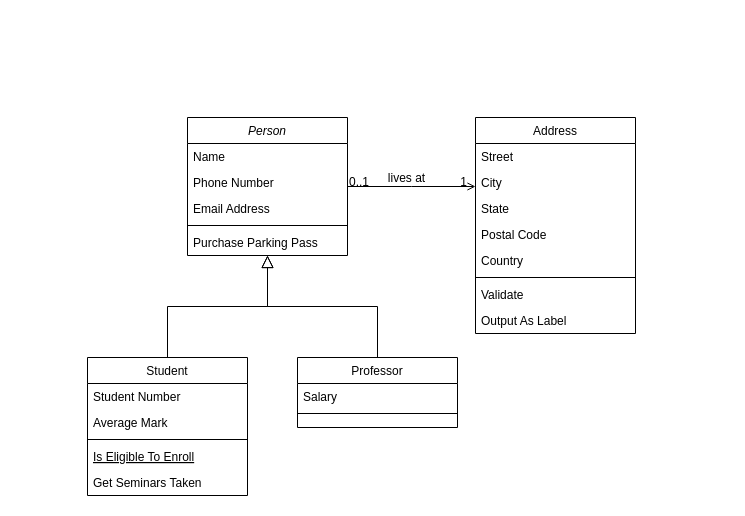
The draw.io diagram TPFinal Silicon Misiones.drawio in tefsantana/TPFinal-Silicon-Misiones, before the edit. Source tidied: cells renumbered, new cells numbered last; positions are measured from the earlier drawing's top-left corner, leaving out a move shared by most shapes. Both pictures are drawn from the tidied source at 100%, with x=0, y=0 at pixel (87, 117).
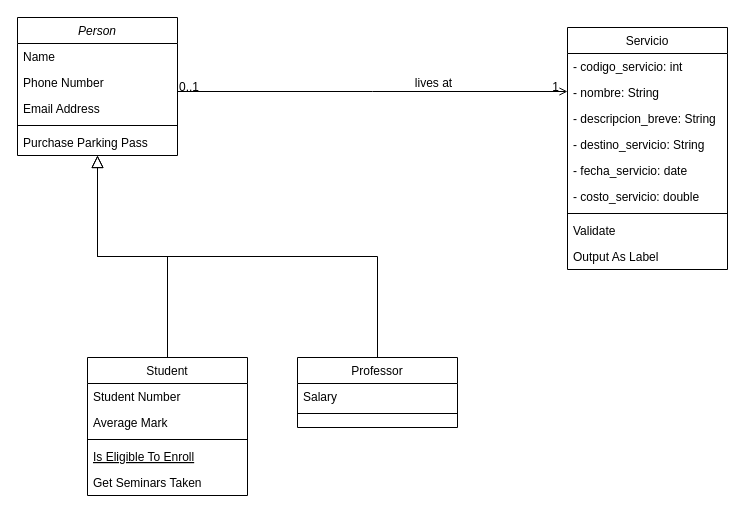
Above is the later version.

What changed in the source:
```diff
@@
     <mxCell id="2" value="Person" style="swimlane;fontStyle=2;align=center;verticalAlign=top;horizontal=1;startSize=26;rounded=0;shadow=0;strokeWidth=1;" parent="1" vertex="1">
-      <mxGeometry x="100" width="160" height="138" as="geometry" />
+      <mxGeometry x="-70" y="-100" width="160" height="138" as="geometry" />
     </mxCell>
@@
-    <mxCell id="19" value="Address" style="swimlane;fontStyle=0;align=center;verticalAlign=top;horizontal=1;startSize=26;rounded=0;shadow=0;strokeWidth=1;" parent="1" vertex="1">
-      <mxGeometry x="388" width="160" height="216" as="geometry" />
+    <mxCell id="19" value="Servicio" style="swimlane;fontStyle=0;align=center;verticalAlign=top;horizontal=1;startSize=26;rounded=0;shadow=0;strokeWidth=1;" parent="1" vertex="1">
+      <mxGeometry x="480" y="-90" width="160" height="242" as="geometry" />
     </mxCell>
-    <mxCell id="20" value="Street" style="text;align=left;verticalAlign=top;spacingLeft=4;spacingRight=4;overflow=hidden;" parent="19" vertex="1">
+    <mxCell id="20" value="- codigo_servicio: int" style="text;align=left;verticalAlign=top;spacingLeft=4;spacingRight=4;overflow=hidden;" parent="19" vertex="1">
       <mxGeometry y="26" width="160" height="26" as="geometry" />
     </mxCell>
-    <mxCell id="21" value="City" style="text;align=left;verticalAlign=top;spacingLeft=4;spacingRight=4;overflow=hidden;rounded=0;shadow=0;html=0;" parent="19" vertex="1">
+    <mxCell id="21" value="- nombre: String" style="text;align=left;verticalAlign=top;spacingLeft=4;spacingRight=4;overflow=hidden;rounded=0;shadow=0;html=0;" parent="19" vertex="1">
       <mxGeometry y="52" width="160" height="26" as="geometry" />
     </mxCell>
-    <mxCell id="22" value="State" style="text;align=left;verticalAlign=top;spacingLeft=4;spacingRight=4;overflow=hidden;rounded=0;shadow=0;html=0;" parent="19" vertex="1">
+    <mxCell id="22" value="- descripcion_breve: String" style="text;align=left;verticalAlign=top;spacingLeft=4;spacingRight=4;overflow=hidden;rounded=0;shadow=0;html=0;" parent="19" vertex="1">
       <mxGeometry y="78" width="160" height="26" as="geometry" />
     </mxCell>
-    <mxCell id="23" value="Postal Code" style="text;align=left;verticalAlign=top;spacingLeft=4;spacingRight=4;overflow=hidden;rounded=0;shadow=0;html=0;" parent="19" vertex="1">
+    <mxCell id="23" value="- destino_servicio: String" style="text;align=left;verticalAlign=top;spacingLeft=4;spacingRight=4;overflow=hidden;rounded=0;shadow=0;html=0;" parent="19" vertex="1">
       <mxGeometry y="104" width="160" height="26" as="geometry" />
     </mxCell>
-    <mxCell id="24" value="Country" style="text;align=left;verticalAlign=top;spacingLeft=4;spacingRight=4;overflow=hidden;rounded=0;shadow=0;html=0;" parent="19" vertex="1">
+    <mxCell id="24" value="- fecha_servicio: date" style="text;align=left;verticalAlign=top;spacingLeft=4;spacingRight=4;overflow=hidden;rounded=0;shadow=0;html=0;" parent="19" vertex="1">
       <mxGeometry y="130" width="160" height="26" as="geometry" />
     </mxCell>
+    <mxCell id="32" value="- costo_servicio: double" style="text;align=left;verticalAlign=top;spacingLeft=4;spacingRight=4;overflow=hidden;rounded=0;shadow=0;html=0;" parent="19" vertex="1">
+      <mxGeometry y="156" width="160" height="26" as="geometry" />
+    </mxCell>
     <mxCell id="25" style="line;html=1;strokeWidth=1;align=left;verticalAlign=middle;spacingTop=-1;spacingLeft=3;spacingRight=3;labelPosition=right;" parent="19" vertex="1">
-      <mxGeometry y="156" width="160" height="8" as="geometry" />
+      <mxGeometry y="182" width="160" height="8" as="geometry" />
     </mxCell>
     <mxCell id="26" value="Validate" style="text;align=left;verticalAlign=top;spacingLeft=4;spacingRight=4;overflow=hidden;" parent="19" vertex="1">
-      <mxGeometry y="164" width="160" height="26" as="geometry" />
+      <mxGeometry y="190" width="160" height="26" as="geometry" />
     </mxCell>
     <mxCell id="27" value="Output As Label" style="text;align=left;verticalAlign=top;spacingLeft=4;spacingRight=4;overflow=hidden;" parent="19" vertex="1">
-      <mxGeometry y="190" width="160" height="26" as="geometry" />
+      <mxGeometry y="216" width="160" height="26" as="geometry" />
     </mxCell>
```
